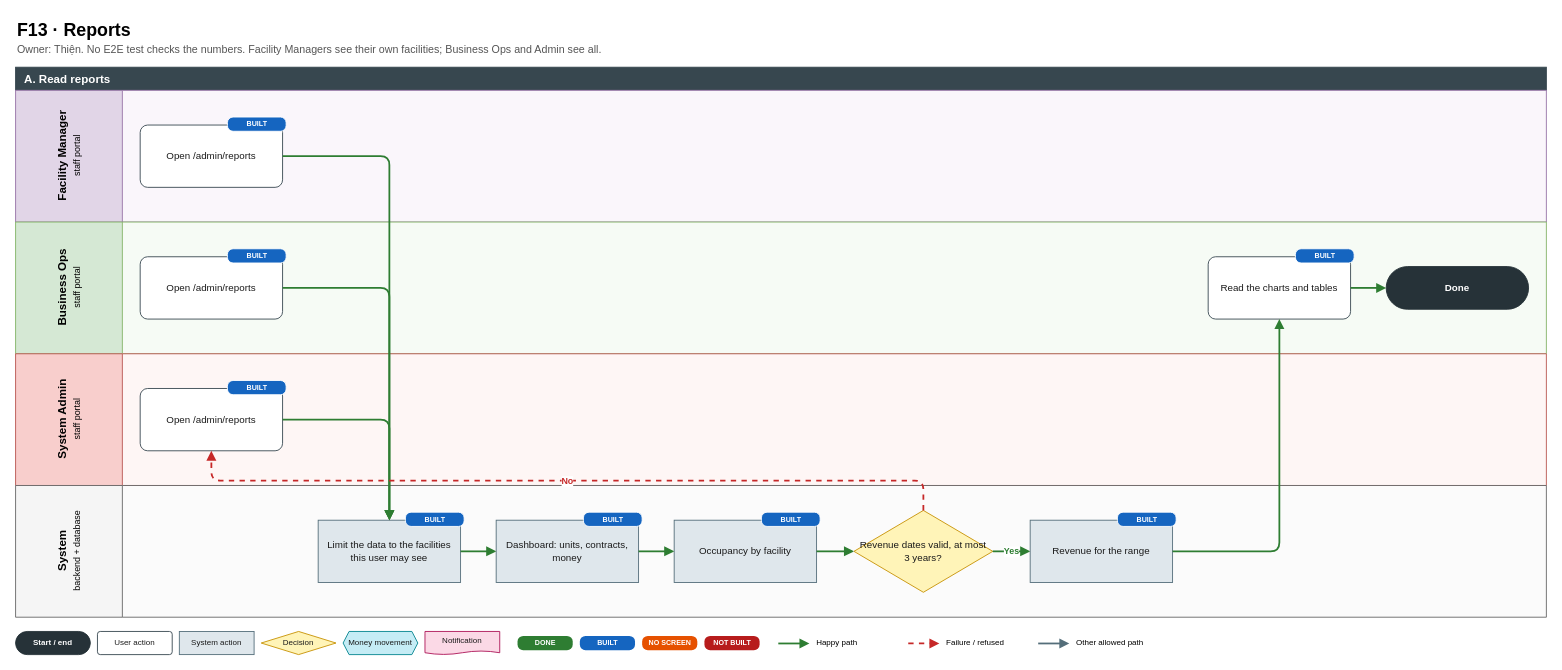
The draw.io diagram page "F13 Reports" (14 of 16) of flows.drawio in MiKhangz/Self-Storage-Facility-FRONTEND, before the edit. Source tidied: cells renumbered, new cells numbered last; positions are measured from the earlier drawing's top-left corner, leaving out a move shared by most shapes. Both pictures are drawn from the tidied source at 89%, with x=0, y=0 at pixel (15, 15).
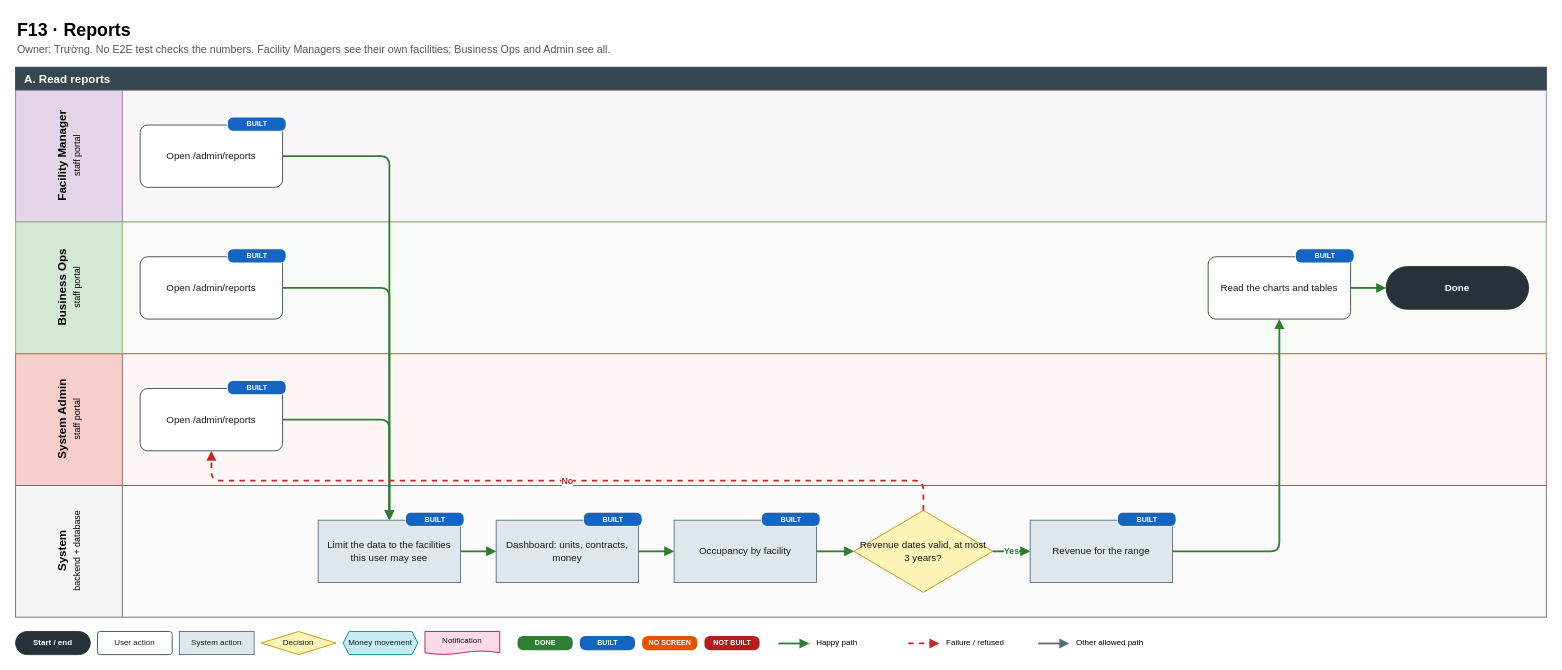
After the change.

Commit message (it also covers changes not shown here):
docs(flows): flow owners follow one owner per assignment flow

Diff of the diagram source:
```diff
@@
-    <mxCell id="3" value="Owner: Thiện. No E2E test checks the numbers. Facility Managers see their own facilities; Business Ops and Admin see all." style="text;html=1;strokeColor=none;fillColor=none;whiteSpace=wrap;align=left;verticalAlign=middle;fontSize=12;fontColor=#555555;" parent="1" vertex="1">
+    <mxCell id="3" value="Owner: Trường. No E2E test checks the numbers. Facility Managers see their own facilities; Business Ops and Admin see all." style="text;html=1;strokeColor=none;fillColor=none;whiteSpace=wrap;align=left;verticalAlign=middle;fontSize=12;fontColor=#555555;" parent="1" vertex="1">
       <mxGeometry y="28" width="1600" height="22" as="geometry" />
     </mxCell>
```
